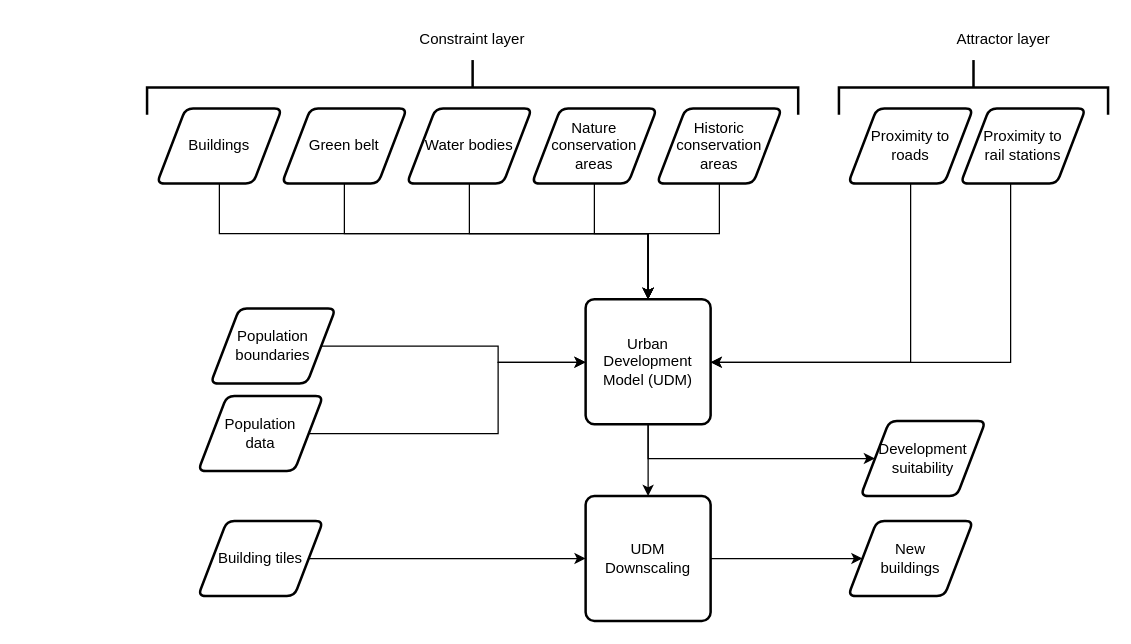
The draw.io diagram page "Page-1" (1 of 2) of udm/openclim-udm-workflow.drawio in OpenCLIM/workflow-diagrams, before the edit. Source tidied: cells renumbered, new cells numbered last; positions are measured from the earlier drawing's top-left corner, leaving out a move shared by most shapes. Both pictures are drawn from the tidied source at 125%, with x=0, y=0 at pixel (156, -239).
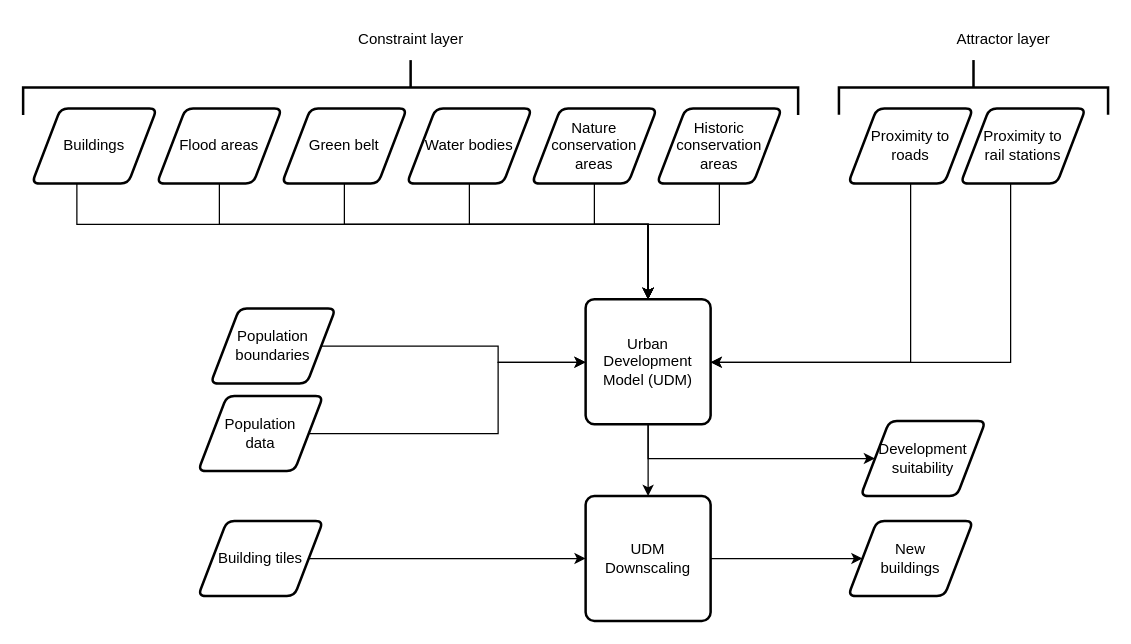
The same diagram, later.

The change refers to these unchanged cells:
```xml
<mxCell id="7" value="Green belt" style="shape=parallelogram;html=1;strokeWidth=2;perimeter=parallelogramPerimeter;whiteSpace=wrap;rounded=1;arcSize=12;size=0.23;" parent="1" vertex="1">
  <mxGeometry x="100" y="277.3" width="100" height="60" as="geometry" />
</mxCell>
<mxCell id="9" value="Water bodies" style="shape=parallelogram;html=1;strokeWidth=2;perimeter=parallelogramPerimeter;whiteSpace=wrap;rounded=1;arcSize=12;size=0.23;" parent="1" vertex="1">
  <mxGeometry x="200" y="277.3" width="100" height="60" as="geometry" />
</mxCell>
<mxCell id="11" value="Nature conservation areas" style="shape=parallelogram;html=1;strokeWidth=2;perimeter=parallelogramPerimeter;whiteSpace=wrap;rounded=1;arcSize=12;size=0.23;" parent="1" vertex="1">
  <mxGeometry x="300" y="277.3" width="100" height="60" as="geometry" />
</mxCell>
<mxCell id="13" value="Historic conservation areas" style="shape=parallelogram;html=1;strokeWidth=2;perimeter=parallelogramPerimeter;whiteSpace=wrap;rounded=1;arcSize=12;size=0.23;" parent="1" vertex="1">
  <mxGeometry x="400" y="277.3" width="100" height="60" as="geometry" />
</mxCell>
<mxCell id="16" value="Urban Development Model (UDM)" style="rounded=1;whiteSpace=wrap;html=1;absoluteArcSize=1;arcSize=14;strokeWidth=2;" parent="1" vertex="1">
  <mxGeometry x="343" y="429.8" width="100" height="100" as="geometry" />
</mxCell>
```

What changed in the source:
```diff
@@
     <mxCell id="2" style="strokeWidth=2;html=1;shape=mxgraph.flowchart.annotation_2;align=left;labelPosition=right;rotation=90;" parent="1" vertex="1">
-      <mxGeometry x="230.7" width="43.8" height="520.9" as="geometry" />
+      <mxGeometry x="181.1" y="-49.5" width="43.8" height="620" as="geometry" />
     </mxCell>
     <mxCell id="3" style="edgeStyle=orthogonalEdgeStyle;rounded=0;jettySize=auto;html=1;" parent="1" edge="1" source="4" target="16">
       <mxGeometry relative="1" as="geometry">
         <Array as="points">
-          <mxPoint x="50" y="377.3" />
-          <mxPoint x="393" y="377.3" />
+          <mxPoint x="-64" y="370" />
+          <mxPoint x="393" y="370" />
         </Array>
       </mxGeometry>
     </mxCell>
     <mxCell id="4" value="Buildings" style="shape=parallelogram;html=1;strokeWidth=2;perimeter=parallelogramPerimeter;whiteSpace=wrap;rounded=1;arcSize=12;size=0.23;" parent="1" vertex="1">
-      <mxGeometry y="277.3" width="100" height="60" as="geometry" />
+      <mxGeometry x="-100" y="277.3" width="100" height="60" as="geometry" />
     </mxCell>
     <mxCell id="5" value="Constraint layer" style="text;html=1;strokeColor=none;fillColor=none;align=center;verticalAlign=middle;whiteSpace=wrap;rounded=0;" parent="1" vertex="1">
-      <mxGeometry x="205" y="207.3" width="95" height="30" as="geometry" />
+      <mxGeometry x="155.5" y="207.3" width="95" height="30" as="geometry" />
     </mxCell>
     <mxCell id="6" style="edgeStyle=orthogonalEdgeStyle;rounded=0;jettySize=auto;html=1;" parent="1" edge="1" source="7" target="16">
       <mxGeometry relative="1" as="geometry">
         <Array as="points">
-          <mxPoint x="150" y="377.3" />
-          <mxPoint x="393" y="377.3" />
+          <mxPoint x="150" y="370" />
+          <mxPoint x="393" y="370" />
         </Array>
       </mxGeometry>
     </mxCell>
@@
     <mxCell id="8" style="edgeStyle=orthogonalEdgeStyle;rounded=0;jettySize=auto;html=1;" parent="1" edge="1" source="9" target="16">
       <mxGeometry relative="1" as="geometry">
         <Array as="points">
-          <mxPoint x="250" y="377.3" />
-          <mxPoint x="393" y="377.3" />
+          <mxPoint x="250" y="370" />
+          <mxPoint x="393" y="370" />
         </Array>
       </mxGeometry>
     </mxCell>
@@
     <mxCell id="10" style="edgeStyle=orthogonalEdgeStyle;rounded=0;jettySize=auto;html=1;" parent="1" edge="1" source="11" target="16">
       <mxGeometry relative="1" as="geometry">
         <Array as="points">
-          <mxPoint x="350" y="377.3" />
-          <mxPoint x="393" y="377.3" />
+          <mxPoint x="350" y="370" />
+          <mxPoint x="393" y="370" />
         </Array>
       </mxGeometry>
     </mxCell>
@@
     <mxCell id="12" style="edgeStyle=orthogonalEdgeStyle;rounded=0;jettySize=auto;html=1;" parent="1" edge="1" source="13" target="16">
       <mxGeometry relative="1" as="geometry">
         <Array as="points">
-          <mxPoint x="450" y="377.3" />
-          <mxPoint x="393" y="377.3" />
+          <mxPoint x="450" y="370" />
+          <mxPoint x="393" y="370" />
         </Array>
       </mxGeometry>
     </mxCell>
@@
+    <mxCell id="33" style="edgeStyle=orthogonalEdgeStyle;rounded=0;jettySize=auto;html=1;" parent="1" edge="1" source="34" target="16">
+      <mxGeometry relative="1" as="geometry">
+        <Array as="points">
+          <mxPoint x="50" y="370" />
+          <mxPoint x="393" y="370" />
+        </Array>
+      </mxGeometry>
+    </mxCell>
+    <mxCell id="34" value="Flood areas" style="shape=parallelogram;html=1;strokeWidth=2;perimeter=parallelogramPerimeter;whiteSpace=wrap;rounded=1;arcSize=12;size=0.23;" parent="1" vertex="1">
+      <mxGeometry y="277.3" width="100" height="60" as="geometry" />
+    </mxCell>
```
